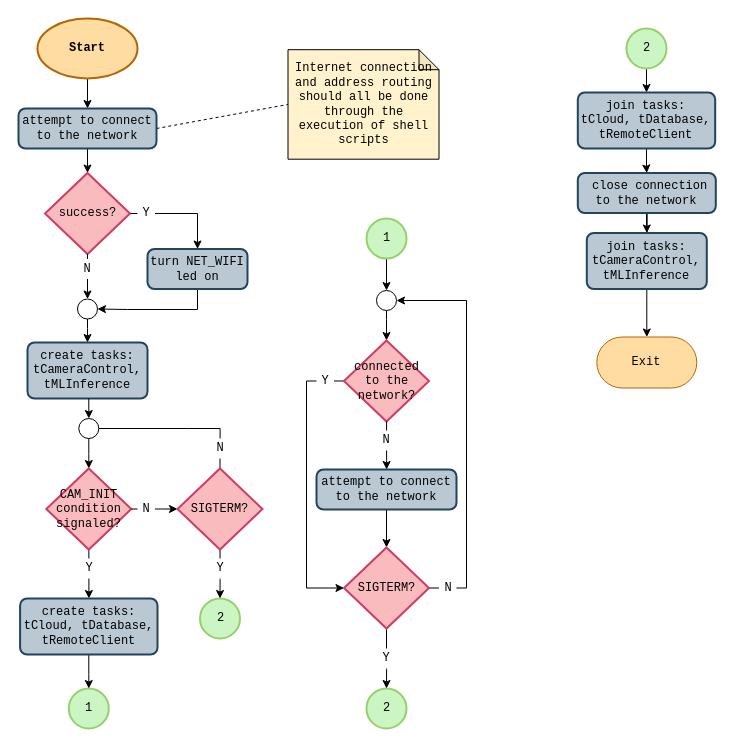
esrg-silent-howl/argos keeps this draw.io diagram as 3. Design/4. Software Specification/threads/thread-fc/thread-fc-main.drawio. Above is the earlier version. Source tidied: cells renumbered, new cells numbered last; positions are measured from the earlier drawing's top-left corner, leaving out a move shared by most shapes. Both pictures are drawn from the tidied source at 100%, with x=0, y=0 at pixel (18, 18).
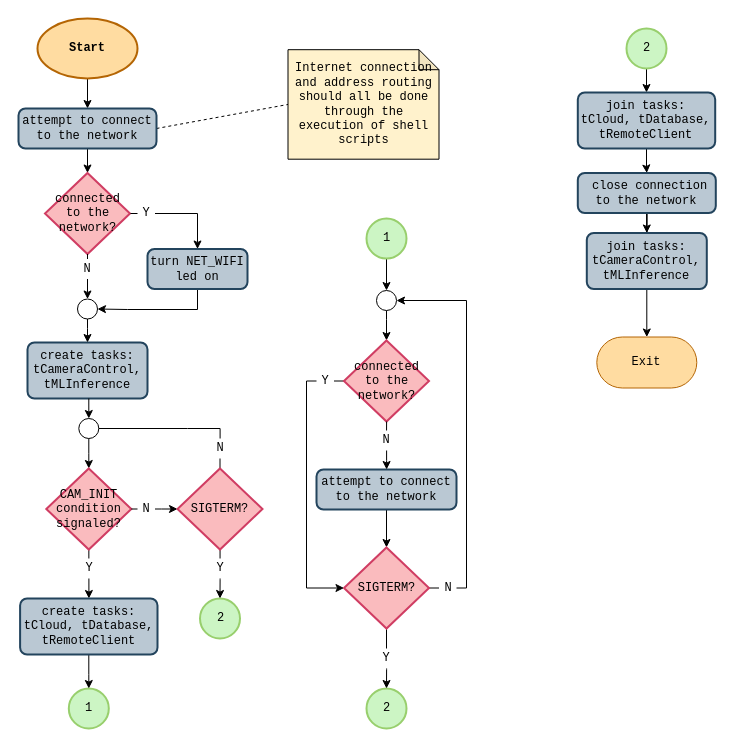
The same page after the edit.

What changed in the source:
```diff
@@
-    <mxCell id="13" value="success?" style="strokeWidth=2;html=1;shape=mxgraph.flowchart.decision;whiteSpace=wrap;fillColor=#FABBBE;strokeColor=#D03D63;fontFamily=Consolas;" parent="1" vertex="1">
+    <mxCell id="13" value="connected to the network?" style="strokeWidth=2;html=1;shape=mxgraph.flowchart.decision;whiteSpace=wrap;fillColor=#FABBBE;strokeColor=#D03D63;fontFamily=Consolas;" parent="1" vertex="1">
       <mxGeometry x="26.5" y="154.5" width="85" height="81" as="geometry" />
     </mxCell>
```
